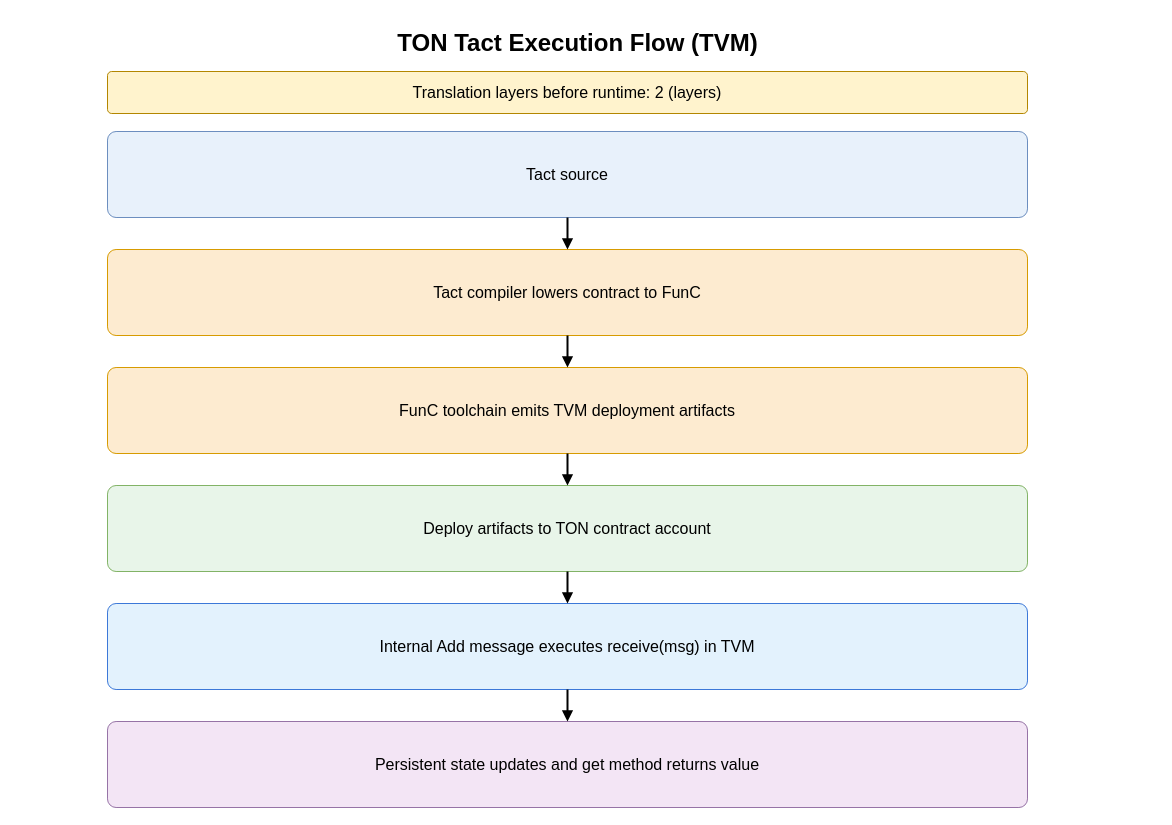
Earlier version of the draw.io diagram assets/contracting_flows/ton_tact_flow.drawio (Endogen/xian-tech-website). Source tidied: cells renumbered, new cells numbered last; positions are measured from the earlier drawing's top-left corner, leaving out a move shared by most shapes. Both pictures are drawn from the tidied source at 100%, with x=0, y=0 at pixel (107, 25).
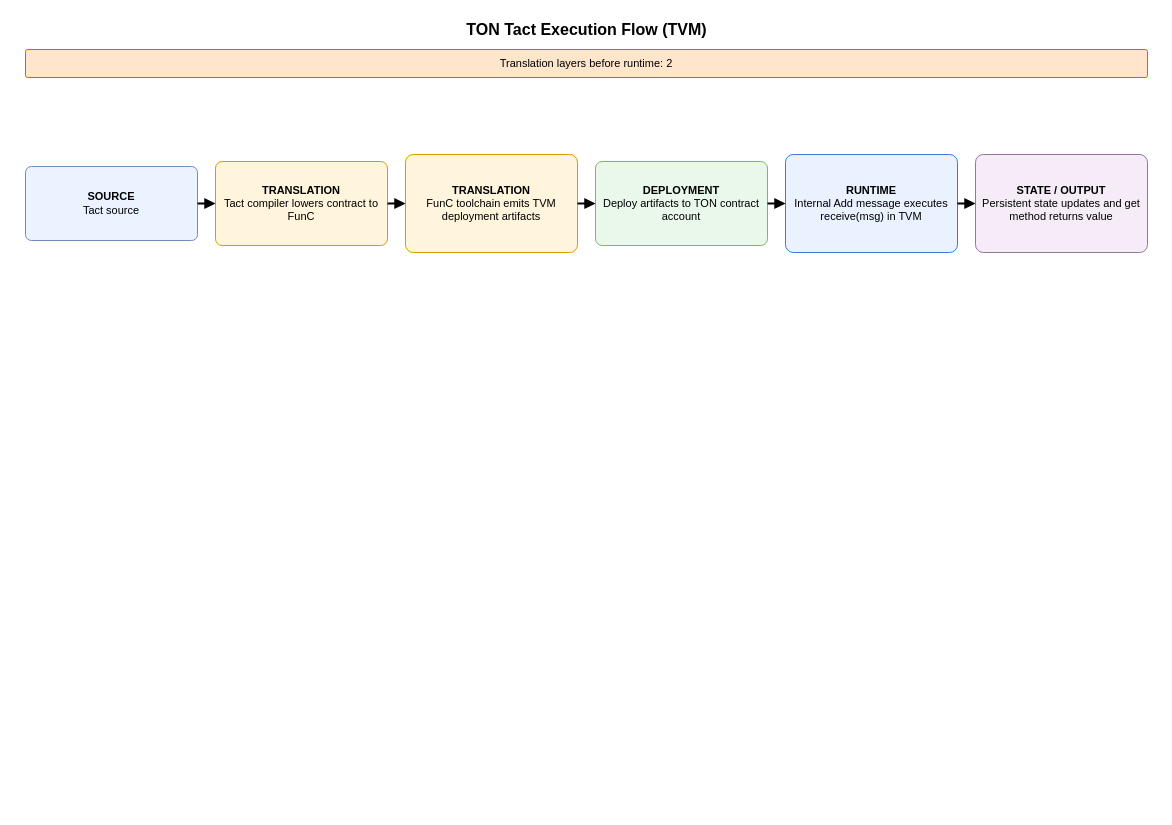
Above is the later version.

The edit, as a diff of the source:
```diff
@@
 <mxGraphModel>
   <root>
     <mxCell id="0" />
     <mxCell id="1" parent="0" />
-    <mxCell id="2" value="TON Tact Execution Flow (TVM)" style="text;html=1;strokeColor=none;fillColor=none;align=center;verticalAlign=middle;fontSize=24;fontStyle=1;" parent="1" vertex="1">
-      <mxGeometry x="40" width="860" height="36" as="geometry" />
+    <mxCell id="2" value="TON Tact Execution Flow (TVM)" style="text;html=1;strokeColor=none;fillColor=none;align=center;verticalAlign=middle;fontSize=16;fontStyle=1;" parent="1" vertex="1">
+      <mxGeometry x="-90" y="-8" width="1138" height="24" as="geometry" />
     </mxCell>
-    <mxCell id="3" value="Translation layers before runtime: 2 (layers)" style="rounded=1;whiteSpace=wrap;html=1;arcSize=10;fillColor=#FFF3CD;strokeColor=#B38600;fontSize=16;" parent="1" vertex="1">
-      <mxGeometry y="46" width="920" height="42" as="geometry" />
+    <mxCell id="3" value="Translation layers before runtime: 2" style="rounded=1;whiteSpace=wrap;html=1;arcSize=8;fillColor=#FFE5CC;strokeColor=#C56D00;fontSize=11;align=center;verticalAlign=middle;" parent="1" vertex="1">
+      <mxGeometry x="-82" y="24" width="1122" height="28" as="geometry" />
     </mxCell>
-    <mxCell id="4" value="Tact source" style="rounded=1;whiteSpace=wrap;html=1;arcSize=10;fillColor=#E8F1FB;strokeColor=#6C8EBF;fontSize=16;fontStyle=0;" parent="1" vertex="1">
-      <mxGeometry y="106" width="920" height="86" as="geometry" />
-    </mxCell>
-    <mxCell id="5" value="Tact compiler lowers contract to FunC" style="rounded=1;whiteSpace=wrap;html=1;arcSize=10;fillColor=#FDEBD0;strokeColor=#D79B00;fontSize=16;fontStyle=0;" parent="1" vertex="1">
-      <mxGeometry y="224" width="920" height="86" as="geometry" />
-    </mxCell>
-    <mxCell id="6" value="FunC toolchain emits TVM deployment artifacts" style="rounded=1;whiteSpace=wrap;html=1;arcSize=10;fillColor=#FDEBD0;strokeColor=#D79B00;fontSize=16;fontStyle=0;" parent="1" vertex="1">
-      <mxGeometry y="342" width="920" height="86" as="geometry" />
-    </mxCell>
-    <mxCell id="7" value="Deploy artifacts to TON contract account" style="rounded=1;whiteSpace=wrap;html=1;arcSize=10;fillColor=#E8F5E9;strokeColor=#82B366;fontSize=16;fontStyle=0;" parent="1" vertex="1">
-      <mxGeometry y="460" width="920" height="86" as="geometry" />
-    </mxCell>
-    <mxCell id="8" value="Internal Add message executes receive(msg) in TVM" style="rounded=1;whiteSpace=wrap;html=1;arcSize=10;fillColor=#E3F2FD;strokeColor=#3C78D8;fontSize=16;fontStyle=0;" parent="1" vertex="1">
-      <mxGeometry y="578" width="920" height="86" as="geometry" />
-    </mxCell>
-    <mxCell id="9" value="Persistent state updates and get method returns value" style="rounded=1;whiteSpace=wrap;html=1;arcSize=10;fillColor=#F3E5F5;strokeColor=#9673A6;fontSize=16;fontStyle=0;" parent="1" vertex="1">
-      <mxGeometry y="696" width="920" height="86" as="geometry" />
-    </mxCell>
+    <mxCell id="15" value="&lt;b&gt;SOURCE&lt;/b&gt;&lt;br&gt;Tact source" style="rounded=1;whiteSpace=wrap;html=1;arcSize=8;fillColor=#EAF3FF;strokeColor=#6C8EBF;fontSize=11;align=center;verticalAlign=middle;spacing=6;" parent="1" vertex="1">
+      <mxGeometry x="-82" y="141" width="172" height="74" as="geometry" />
+    </mxCell>
+    <mxCell id="16" value="&lt;b&gt;TRANSLATION&lt;/b&gt;&lt;br&gt;Tact compiler lowers contract to FunC" style="rounded=1;whiteSpace=wrap;html=1;arcSize=8;fillColor=#FFF4DC;strokeColor=#D79B00;fontSize=11;align=center;verticalAlign=middle;spacing=6;" parent="1" vertex="1">
+      <mxGeometry x="108" y="136" width="172" height="84" as="geometry" />
+    </mxCell>
+    <mxCell id="17" value="&lt;b&gt;TRANSLATION&lt;/b&gt;&lt;br&gt;FunC toolchain emits TVM deployment artifacts" style="rounded=1;whiteSpace=wrap;html=1;arcSize=8;fillColor=#FFF4DC;strokeColor=#D79B00;fontSize=11;align=center;verticalAlign=middle;spacing=6;" parent="1" vertex="1">
+      <mxGeometry x="298" y="129" width="172" height="98" as="geometry" />
+    </mxCell>
+    <mxCell id="18" value="&lt;b&gt;DEPLOYMENT&lt;/b&gt;&lt;br&gt;Deploy artifacts to TON contract account" style="rounded=1;whiteSpace=wrap;html=1;arcSize=8;fillColor=#EAF8EC;strokeColor=#82B366;fontSize=11;align=center;verticalAlign=middle;spacing=6;" parent="1" vertex="1">
+      <mxGeometry x="488" y="136" width="172" height="84" as="geometry" />
+    </mxCell>
+    <mxCell id="19" value="&lt;b&gt;RUNTIME&lt;/b&gt;&lt;br&gt;Internal Add message executes receive(msg) in TVM" style="rounded=1;whiteSpace=wrap;html=1;arcSize=8;fillColor=#EAF1FF;strokeColor=#3C78D8;fontSize=11;align=center;verticalAlign=middle;spacing=6;" parent="1" vertex="1">
+      <mxGeometry x="678" y="129" width="172" height="98" as="geometry" />
+    </mxCell>
+    <mxCell id="20" value="&lt;b&gt;STATE / OUTPUT&lt;/b&gt;&lt;br&gt;Persistent state updates and get method returns value" style="rounded=1;whiteSpace=wrap;html=1;arcSize=8;fillColor=#F5ECF8;strokeColor=#9673A6;fontSize=11;align=center;verticalAlign=middle;spacing=6;" parent="1" vertex="1">
+      <mxGeometry x="868" y="129" width="172" height="98" as="geometry" />
+    </mxCell>
-    <mxCell id="10" style="endArrow=block;endFill=1;html=1;rounded=0;strokeWidth=2;edgeStyle=orthogonalEdgeStyle;jettySize=auto;" parent="1" edge="1" source="4" target="5">
+    <mxCell id="10" style="endArrow=block;endFill=1;html=1;rounded=1;strokeWidth=2;edgeStyle=orthogonalEdgeStyle;" parent="1" edge="1" source="15" target="16">
       <mxGeometry relative="1" as="geometry" />
     </mxCell>
-    <mxCell id="11" style="endArrow=block;endFill=1;html=1;rounded=0;strokeWidth=2;edgeStyle=orthogonalEdgeStyle;jettySize=auto;" parent="1" edge="1" source="5" target="6">
+    <mxCell id="11" style="endArrow=block;endFill=1;html=1;rounded=1;strokeWidth=2;edgeStyle=orthogonalEdgeStyle;" parent="1" edge="1" source="16" target="17">
       <mxGeometry relative="1" as="geometry" />
     </mxCell>
-    <mxCell id="12" style="endArrow=block;endFill=1;html=1;rounded=0;strokeWidth=2;edgeStyle=orthogonalEdgeStyle;jettySize=auto;" parent="1" edge="1" source="6" target="7">
+    <mxCell id="12" style="endArrow=block;endFill=1;html=1;rounded=1;strokeWidth=2;edgeStyle=orthogonalEdgeStyle;" parent="1" edge="1" source="17" target="18">
       <mxGeometry relative="1" as="geometry" />
     </mxCell>
-    <mxCell id="13" style="endArrow=block;endFill=1;html=1;rounded=0;strokeWidth=2;edgeStyle=orthogonalEdgeStyle;jettySize=auto;" parent="1" edge="1" source="7" target="8">
+    <mxCell id="13" style="endArrow=block;endFill=1;html=1;rounded=1;strokeWidth=2;edgeStyle=orthogonalEdgeStyle;" parent="1" edge="1" source="18" target="19">
       <mxGeometry relative="1" as="geometry" />
     </mxCell>
-    <mxCell id="14" style="endArrow=block;endFill=1;html=1;rounded=0;strokeWidth=2;edgeStyle=orthogonalEdgeStyle;jettySize=auto;" parent="1" edge="1" source="8" target="9">
+    <mxCell id="14" style="endArrow=block;endFill=1;html=1;rounded=1;strokeWidth=2;edgeStyle=orthogonalEdgeStyle;" parent="1" edge="1" source="19" target="20">
       <mxGeometry relative="1" as="geometry" />
     </mxCell>
   </root>
 </mxGraphModel>
```
